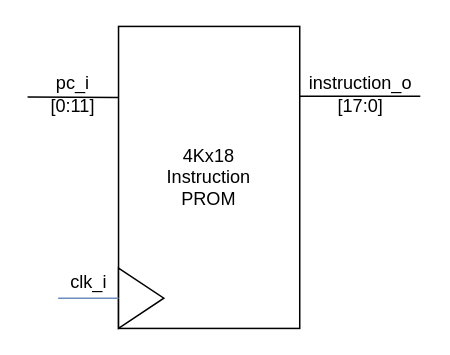
Earlier version of the draw.io diagram Blockbeschreibungen/IP_beschreibung.drawio (graefjk/RO2). Source tidied: cells renumbered, new cells numbered last; positions are measured from the earlier drawing's top-left corner, leaving out a move shared by most shapes. Both pictures are drawn from the tidied source at 151%, with x=0, y=0 at pixel (27, 26).
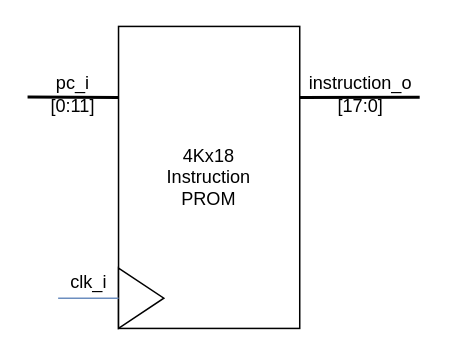
Above is the later version.

What changed in the source:
```diff
@@
 <mxGraphModel>
   <root>
     <mxCell id="0" />
     <mxCell id="1" parent="0" />
+    <mxCell id="9" value="instruction_o&lt;br&gt;[17:0]" style="text;html=1;align=center;verticalAlign=middle;points=[];strokeColor=none;fillColor=none;strokeWidth=1;" parent="1" vertex="1">
+      <mxGeometry x="180" y="30" width="80" height="30" as="geometry" />
+    </mxCell>
     <mxCell id="2" value="4Kx18&lt;br&gt;Instruction&lt;br&gt;PROM" style="rounded=0;whiteSpace=wrap;html=1;" parent="1" vertex="1">
       <mxGeometry x="60" width="120" height="200" as="geometry" />
     </mxCell>
     <mxCell id="3" value="pc_i&lt;br&gt;[0:11]" style="text;html=1;strokeColor=none;fillColor=none;align=center;verticalAlign=middle;whiteSpace=wrap;rounded=0;" parent="1" vertex="1">
       <mxGeometry y="30" width="60" height="30" as="geometry" />
     </mxCell>
-    <mxCell id="4" style="endArrow=none;html=1;rounded=0;exitX=-0.004;exitY=0.556;exitDx=0;exitDy=0;exitPerimeter=0;" parent="1" edge="1" source="3">
+    <mxCell id="4" style="endArrow=none;html=1;rounded=0;exitX=-0.004;exitY=0.556;exitDx=0;exitDy=0;exitPerimeter=0;strokeWidth=2;" parent="1" edge="1" source="3">
       <mxGeometry relative="1" as="geometry">
         <mxPoint x="60" y="47" as="targetPoint" />
       </mxGeometry>
     </mxCell>
     <mxCell id="5" style="triangle;whiteSpace=wrap;html=1;" parent="1" vertex="1">
       <mxGeometry x="60" y="160" width="30" height="40" as="geometry" />
     </mxCell>
     <mxCell id="6" style="endArrow=none;html=1;rounded=0;fillColor=#dae8fc;strokeColor=#6c8ebf;entryX=0;entryY=0.5;entryDx=0;entryDy=0;" parent="1" edge="1" target="5">
       <mxGeometry relative="1" as="geometry">
         <mxPoint x="20" y="180" as="sourcePoint" />
       </mxGeometry>
     </mxCell>
     <mxCell id="7" value="clk_i" style="text;html=1;align=center;verticalAlign=middle;" parent="1" vertex="1">
       <mxGeometry x="20" y="160" width="40" height="20" as="geometry" />
     </mxCell>
-    <mxCell id="8" style="endArrow=none;html=1;rounded=0;exitX=-0.002;exitY=0.54;exitDx=0;exitDy=0;exitPerimeter=0;entryX=0.998;entryY=0.54;entryDx=0;entryDy=0;entryPerimeter=0;" parent="1" edge="1" source="9" target="9">
+    <mxCell id="8" style="endArrow=none;html=1;rounded=0;exitX=0.997;exitY=0.235;exitDx=0;exitDy=0;exitPerimeter=0;entryX=0.993;entryY=0.562;entryDx=0;entryDy=0;entryPerimeter=0;strokeWidth=2;" parent="1" edge="1" source="2" target="9">
       <mxGeometry relative="1" as="geometry" />
     </mxCell>
-    <mxCell id="9" value="instruction_o&lt;br&gt;[17:0]" style="text;html=1;align=center;verticalAlign=middle;points=[];strokeColor=none;fillColor=none;" parent="1" vertex="1">
-      <mxGeometry x="180" y="30" width="80" height="30" as="geometry" />
-    </mxCell>
   </root>
 </mxGraphModel>
```
